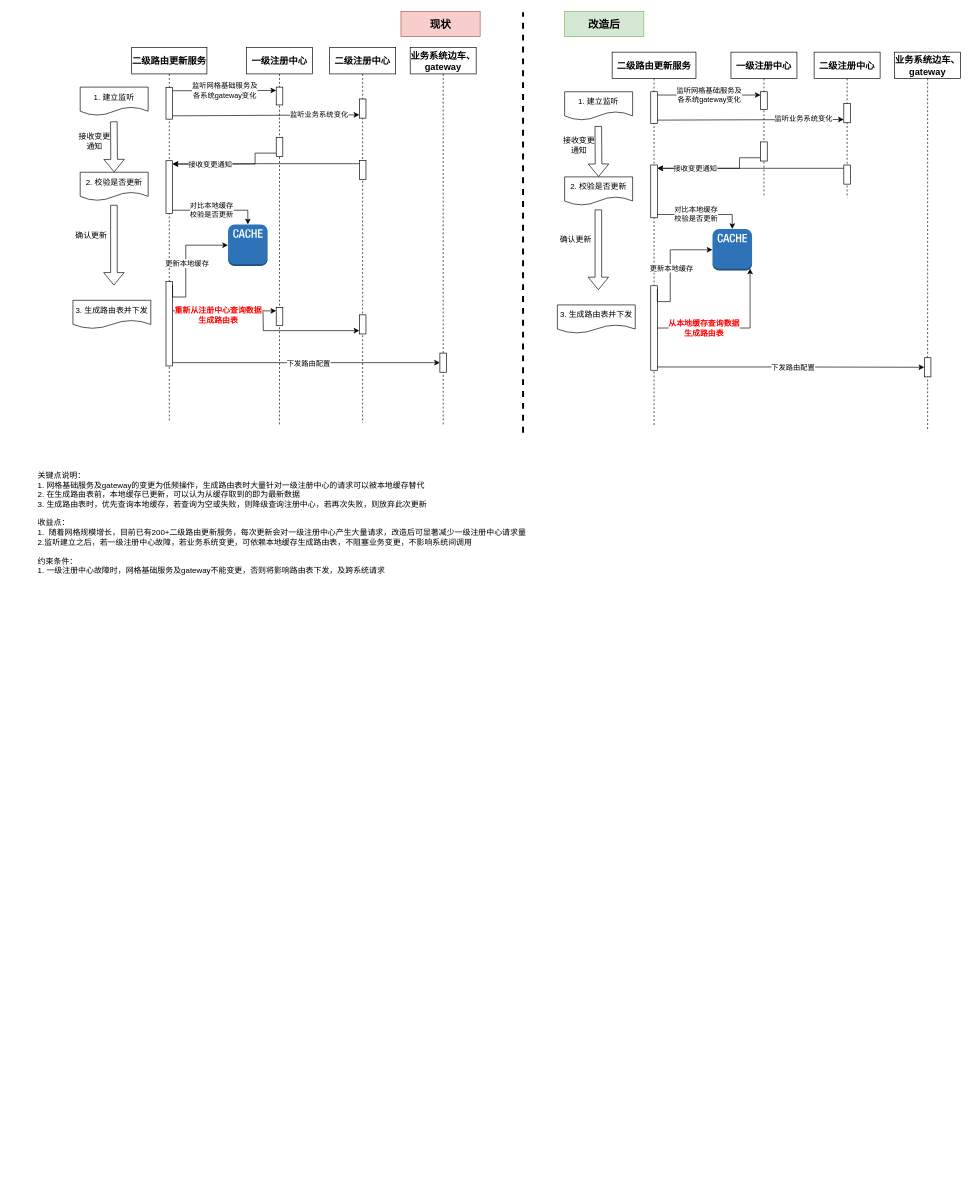
Earlier version of the draw.io diagram 二级xds与中央consul解耦.drawio (pbxnn/draw). Source tidied: cells renumbered, new cells numbered last; positions are measured from the earlier drawing's top-left corner, leaving out a move shared by most shapes. Both pictures are drawn from the tidied source at 66%, with x=0, y=0 at pixel (36, 11).
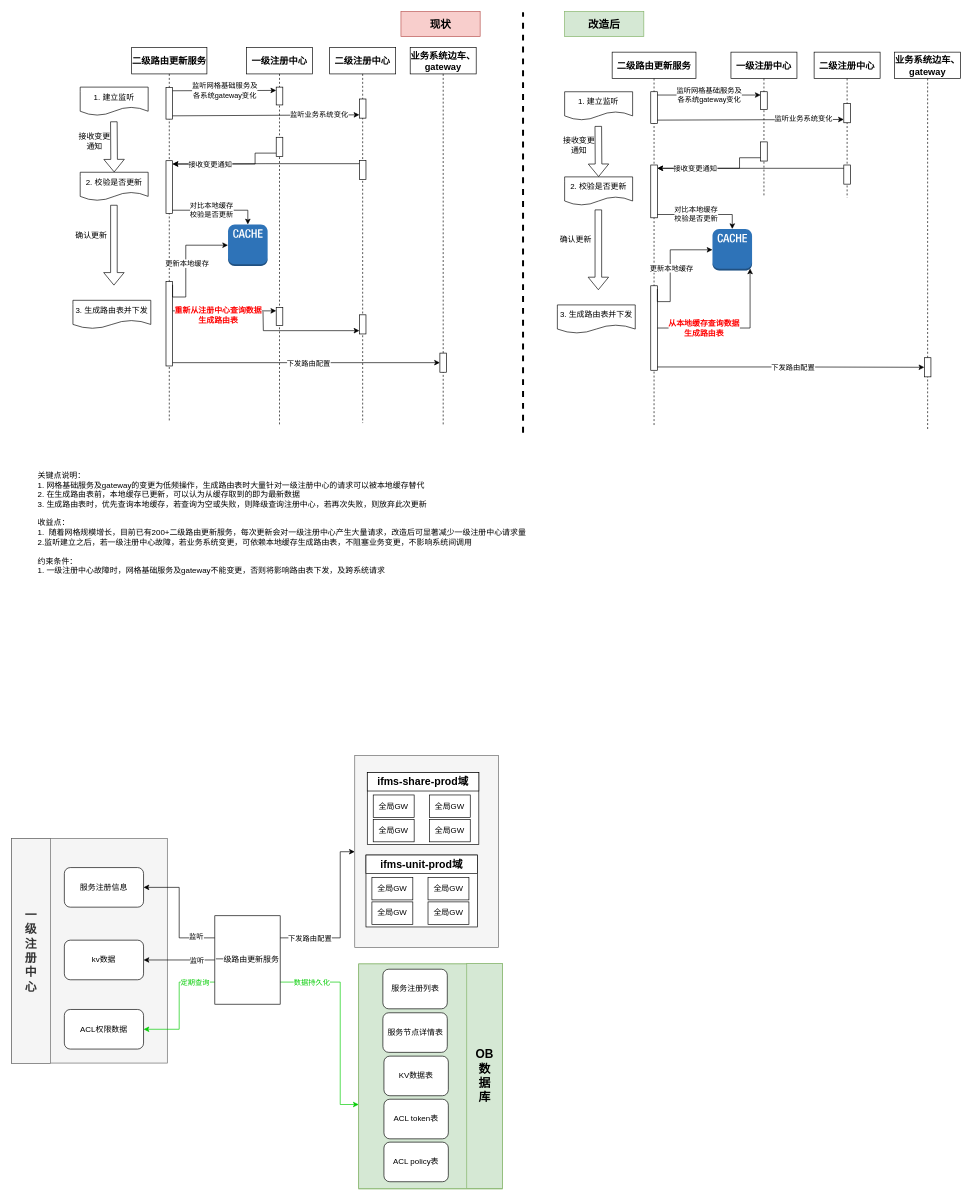
The same page after the edit.

Commit message:
更新二级xds与中央consul解耦.drawio

Diff of the diagram source:
```diff
@@
+    <mxCell id="79" style="rounded=0;whiteSpace=wrap;html=1;fillColor=#f5f5f5;fontColor=#333333;strokeColor=#666666;" parent="1" vertex="1">
+      <mxGeometry x="482" y="1127" width="218" height="291" as="geometry" />
+    </mxCell>
+    <mxCell id="80" style="group;" parent="1" vertex="1">
+      <mxGeometry x="-38" y="1253" width="236" height="341" as="geometry" />
+    </mxCell>
+    <mxCell id="81" style="rounded=0;whiteSpace=wrap;html=1;fillColor=#f5f5f5;fontColor=#333333;strokeColor=#666666;fontStyle=1;" parent="80" vertex="1">
+      <mxGeometry width="236" height="340.2" as="geometry" />
+    </mxCell>
+    <mxCell id="82" value="一&lt;div&gt;级&lt;/div&gt;&lt;div&gt;注&lt;/div&gt;&lt;div&gt;册&lt;/div&gt;&lt;div&gt;中&lt;/div&gt;&lt;div&gt;心&lt;/div&gt;" style="rounded=0;whiteSpace=wrap;html=1;fillColor=#f5f5f5;fontColor=#333333;strokeColor=#666666;fontStyle=1;fontSize=18;" parent="80" vertex="1">
+      <mxGeometry width="58.8" height="341" as="geometry" />
+    </mxCell>
+    <mxCell id="83" value="服务注册信息" style="rounded=1;whiteSpace=wrap;html=1;" parent="80" vertex="1">
+      <mxGeometry x="80" y="44" width="120" height="60" as="geometry" />
+    </mxCell>
+    <mxCell id="84" value="kv数据" style="rounded=1;whiteSpace=wrap;html=1;" parent="80" vertex="1">
+      <mxGeometry x="80" y="154" width="120" height="60" as="geometry" />
+    </mxCell>
+    <mxCell id="85" value="ACL权限数据" style="rounded=1;whiteSpace=wrap;html=1;" parent="80" vertex="1">
+      <mxGeometry x="80" y="259" width="120" height="60" as="geometry" />
+    </mxCell>
@@
+    <mxCell id="86" style="edgeStyle=orthogonalEdgeStyle;rounded=0;jettySize=auto;html=1;exitX=0;exitY=0.25;exitDx=0;exitDy=0;entryX=1;entryY=0.5;entryDx=0;entryDy=0;" parent="1" edge="1" source="96" target="83">
+      <mxGeometry relative="1" as="geometry" />
+    </mxCell>
+    <mxCell id="87" value="监听" style="edgeLabel;html=1;align=center;verticalAlign=middle;" parent="86" vertex="1">
+      <mxGeometry x="-0.56" y="-2" relative="1" as="geometry">
+        <mxPoint x="12" as="offset" />
+      </mxGeometry>
+    </mxCell>
+    <mxCell id="88" style="edgeStyle=orthogonalEdgeStyle;rounded=0;jettySize=auto;html=1;exitX=0;exitY=0.5;exitDx=0;exitDy=0;" parent="1" edge="1" source="96" target="84">
+      <mxGeometry relative="1" as="geometry" />
+    </mxCell>
+    <mxCell id="89" value="监听" style="edgeLabel;html=1;align=center;verticalAlign=middle;" parent="88" vertex="1">
+      <mxGeometry x="-0.57" y="-3" relative="1" as="geometry">
+        <mxPoint x="-5" y="3" as="offset" />
+      </mxGeometry>
+    </mxCell>
+    <mxCell id="90" style="edgeStyle=orthogonalEdgeStyle;rounded=0;jettySize=auto;html=1;exitX=0;exitY=0.75;exitDx=0;exitDy=0;entryX=1;entryY=0.5;entryDx=0;entryDy=0;fillColor=#d5e8d4;strokeColor=#00CC00;" parent="1" edge="1" source="96" target="85">
+      <mxGeometry relative="1" as="geometry" />
+    </mxCell>
+    <mxCell id="91" value="定期查询" style="edgeLabel;html=1;align=center;verticalAlign=middle;fontColor=#00CC00;" parent="90" vertex="1">
+      <mxGeometry x="-0.66" y="1" relative="1" as="geometry" />
+    </mxCell>
+    <mxCell id="92" style="edgeStyle=orthogonalEdgeStyle;rounded=0;jettySize=auto;html=1;exitX=1;exitY=0.25;exitDx=0;exitDy=0;" parent="1" edge="1" source="96" target="79">
+      <mxGeometry relative="1" as="geometry">
+        <Array as="points">
+          <mxPoint x="460" y="1404" />
+          <mxPoint x="460" y="1273" />
+        </Array>
+      </mxGeometry>
+    </mxCell>
+    <mxCell id="93" value="下发路由配置" style="edgeLabel;html=1;align=center;verticalAlign=middle;" parent="92" vertex="1">
+      <mxGeometry x="-0.64" y="-1" relative="1" as="geometry" />
+    </mxCell>
+    <mxCell id="94" style="edgeStyle=orthogonalEdgeStyle;rounded=0;jettySize=auto;html=1;exitX=1;exitY=0.75;exitDx=0;exitDy=0;strokeColor=#00CC00;" parent="1" edge="1" source="96" target="98">
+      <mxGeometry relative="1" as="geometry">
+        <Array as="points">
+          <mxPoint x="460" y="1471" />
+          <mxPoint x="460" y="1656" />
+        </Array>
+      </mxGeometry>
+    </mxCell>
+    <mxCell id="95" value="数据持久化" style="edgeLabel;html=1;align=center;verticalAlign=middle;fontColor=#00CC00;" parent="94" vertex="1">
+      <mxGeometry x="-0.69" y="-1" relative="1" as="geometry" />
+    </mxCell>
+    <mxCell id="96" value="一级路由更新服务" style="rounded=0;whiteSpace=wrap;html=1;" parent="1" vertex="1">
+      <mxGeometry x="270" y="1370" width="99" height="134" as="geometry" />
+    </mxCell>
+    <mxCell id="97" style="group;fillColor=#d5e8d4;strokeColor=#82b366;" parent="1" vertex="1">
+      <mxGeometry x="488" y="1443" width="218" height="341" as="geometry" />
+    </mxCell>
+    <mxCell id="98" style="rounded=0;whiteSpace=wrap;html=1;fillColor=#d5e8d4;strokeColor=#82b366;fontStyle=1;" parent="97" vertex="1">
+      <mxGeometry width="218" height="340.2" as="geometry" />
+    </mxCell>
+    <mxCell id="99" value="OB&lt;div&gt;数&lt;/div&gt;&lt;div&gt;据&lt;/div&gt;&lt;div&gt;库&lt;/div&gt;" style="rounded=0;whiteSpace=wrap;html=1;fillColor=#d5e8d4;strokeColor=#82b366;fontStyle=1;fontSize=18;" parent="97" vertex="1">
+      <mxGeometry x="163.7" y="-0.8" width="54.3" height="341" as="geometry" />
+    </mxCell>
+    <mxCell id="100" value="服务注册列表" style="rounded=1;whiteSpace=wrap;html=1;" parent="97" vertex="1">
+      <mxGeometry x="36.6" y="8" width="97.6" height="60" as="geometry" />
+    </mxCell>
+    <mxCell id="101" value="服务节点详情表" style="rounded=1;whiteSpace=wrap;html=1;" parent="97" vertex="1">
+      <mxGeometry x="36.6" y="74" width="97.6" height="60" as="geometry" />
+    </mxCell>
+    <mxCell id="102" value="KV数据表" style="rounded=1;whiteSpace=wrap;html=1;" parent="97" vertex="1">
+      <mxGeometry x="38.2" y="139.7" width="97.6" height="60" as="geometry" />
+    </mxCell>
+    <mxCell id="103" value="ACL token表" style="rounded=1;whiteSpace=wrap;html=1;" parent="97" vertex="1">
+      <mxGeometry x="38.2" y="205" width="97.6" height="60" as="geometry" />
+    </mxCell>
+    <mxCell id="104" value="ACL policy表" style="rounded=1;whiteSpace=wrap;html=1;" parent="97" vertex="1">
+      <mxGeometry x="38.2" y="270" width="97.6" height="60" as="geometry" />
+    </mxCell>
+    <mxCell id="105" style="rounded=0;whiteSpace=wrap;html=1;" parent="1" vertex="1">
+      <mxGeometry x="501" y="1153" width="169" height="109" as="geometry" />
+    </mxCell>
+    <mxCell id="106" value="ifms-share-prod域" style="rounded=0;whiteSpace=wrap;html=1;fontStyle=1;fontSize=16;" parent="1" vertex="1">
+      <mxGeometry x="501" y="1153" width="169" height="28" as="geometry" />
+    </mxCell>
+    <mxCell id="107" value="全局GW" style="rounded=0;whiteSpace=wrap;html=1;" parent="1" vertex="1">
+      <mxGeometry x="510" y="1187" width="62" height="34" as="geometry" />
+    </mxCell>
+    <mxCell id="108" value="全局GW" style="rounded=0;whiteSpace=wrap;html=1;" parent="1" vertex="1">
+      <mxGeometry x="595" y="1187" width="62" height="34" as="geometry" />
+    </mxCell>
+    <mxCell id="109" value="全局GW" style="rounded=0;whiteSpace=wrap;html=1;" parent="1" vertex="1">
+      <mxGeometry x="510" y="1224" width="62" height="34" as="geometry" />
+    </mxCell>
+    <mxCell id="110" value="全局GW" style="rounded=0;whiteSpace=wrap;html=1;" parent="1" vertex="1">
+      <mxGeometry x="595" y="1224" width="62" height="34" as="geometry" />
+    </mxCell>
+    <mxCell id="111" style="rounded=0;whiteSpace=wrap;html=1;" parent="1" vertex="1">
+      <mxGeometry x="499" y="1278" width="169" height="109" as="geometry" />
+    </mxCell>
+    <mxCell id="112" value="ifms-unit-prod域" style="rounded=0;whiteSpace=wrap;html=1;fontStyle=1;fontSize=16;" parent="1" vertex="1">
+      <mxGeometry x="499" y="1278" width="169" height="28" as="geometry" />
+    </mxCell>
+    <mxCell id="113" value="全局GW" style="rounded=0;whiteSpace=wrap;html=1;" parent="1" vertex="1">
+      <mxGeometry x="508" y="1312" width="62" height="34" as="geometry" />
+    </mxCell>
+    <mxCell id="114" value="全局GW" style="rounded=0;whiteSpace=wrap;html=1;" parent="1" vertex="1">
+      <mxGeometry x="593" y="1312" width="62" height="34" as="geometry" />
+    </mxCell>
+    <mxCell id="115" value="全局GW" style="rounded=0;whiteSpace=wrap;html=1;" parent="1" vertex="1">
+      <mxGeometry x="508" y="1349" width="62" height="34" as="geometry" />
+    </mxCell>
+    <mxCell id="116" value="全局GW" style="rounded=0;whiteSpace=wrap;html=1;" parent="1" vertex="1">
+      <mxGeometry x="593" y="1349" width="62" height="34" as="geometry" />
+    </mxCell>
```
